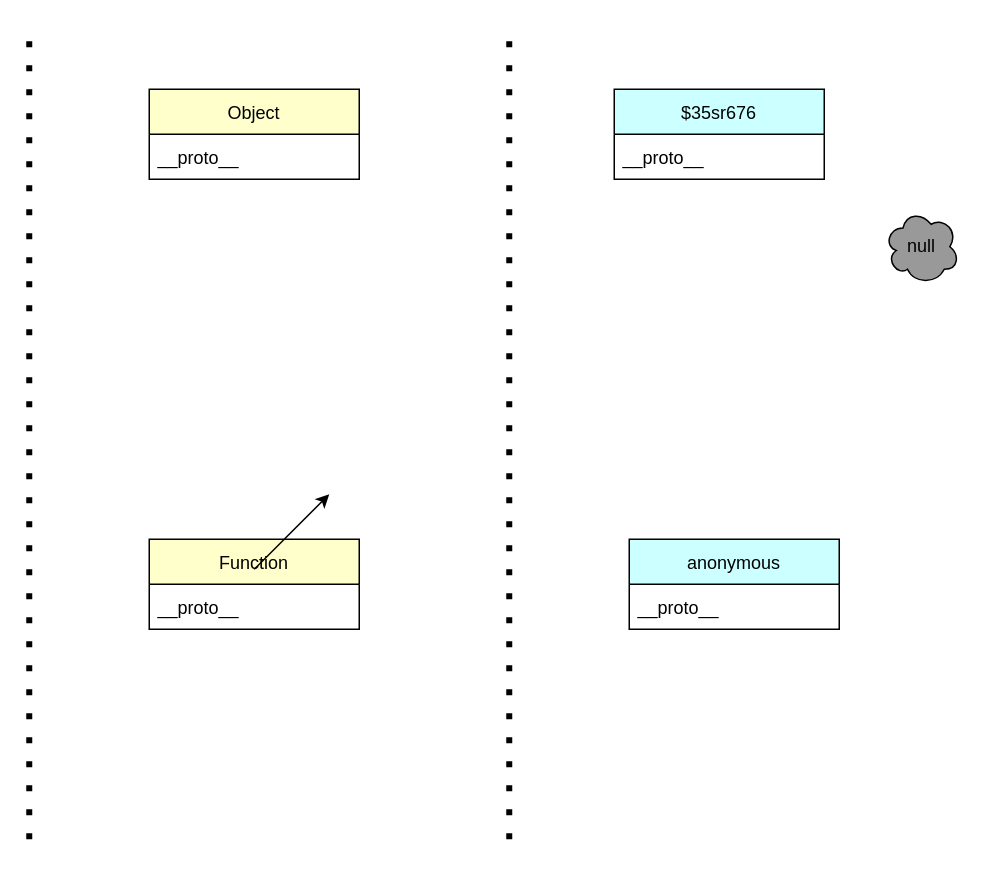
BharathKadaluri/Visual keeps this draw.io diagram as page "Prototype" (2 of 2) of js/Untitled Diagram.drawio. Above is the earlier version. Source tidied: cells renumbered, new cells numbered last; positions are measured from the earlier drawing's top-left corner, leaving out a move shared by most shapes. Both pictures are drawn from the tidied source at 150%, with x=0, y=0 at pixel (28, 28).
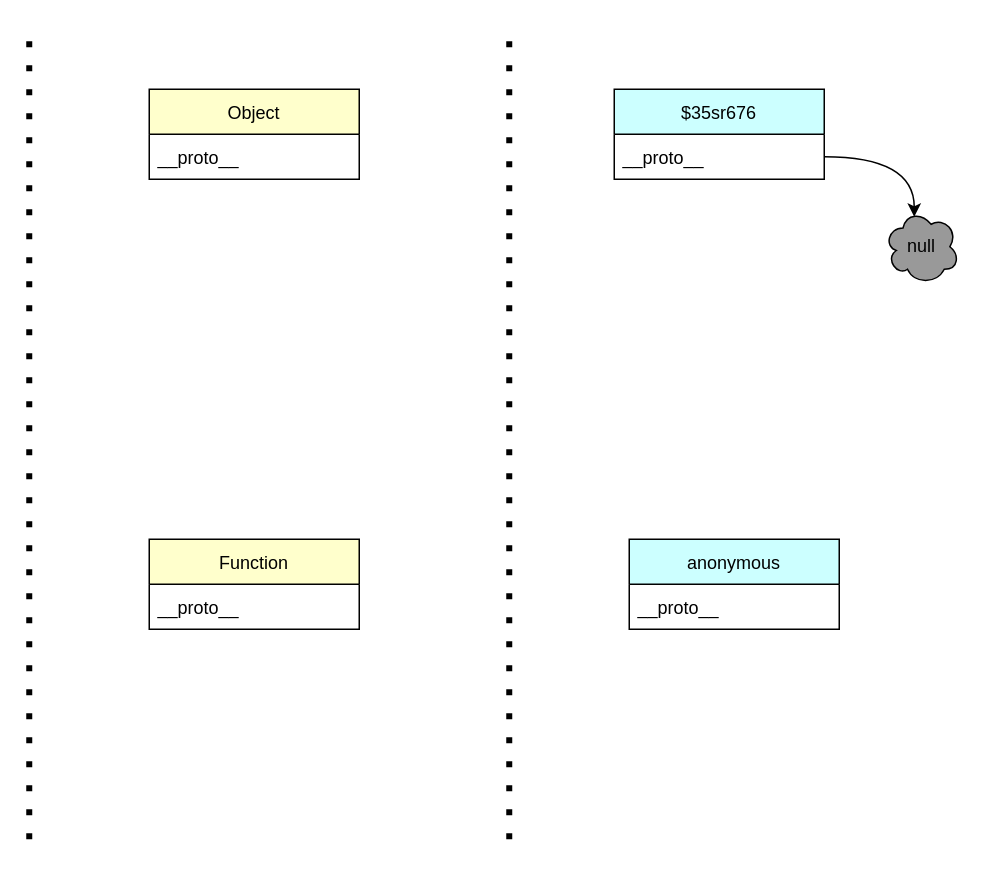
After the change.

What changed in the source:
```diff
@@
 <mxGraphModel>
   <root>
     <mxCell id="0" />
     <mxCell id="1" parent="0" />
     <mxCell id="2" style="endArrow=none;dashed=1;html=1;dashPattern=1 3;strokeWidth=4;rounded=0;" parent="1" edge="1">
       <mxGeometry relative="1" as="geometry">
         <mxPoint y="540" as="sourcePoint" />
         <mxPoint as="targetPoint" />
       </mxGeometry>
     </mxCell>
     <mxCell id="3" style="endArrow=none;dashed=1;html=1;dashPattern=1 3;strokeWidth=4;rounded=0;" parent="1" edge="1">
       <mxGeometry relative="1" as="geometry">
         <mxPoint x="320" y="540" as="sourcePoint" />
         <mxPoint x="320" y="5" as="targetPoint" />
       </mxGeometry>
     </mxCell>
     <mxCell id="4" value="$35sr676" style="swimlane;fontStyle=0;horizontal=1;startSize=30;fillColor=#CCFFFF;" parent="1" vertex="1">
       <mxGeometry x="390" y="40" width="140" height="60" as="geometry" />
     </mxCell>
     <mxCell id="5" value="__proto__" style="text;strokeColor=none;fillColor=none;align=left;verticalAlign=middle;spacingLeft=4;spacingRight=4;overflow=hidden;points=[[0,0.5],[1,0.5]];portConstraint=eastwest;" parent="4" vertex="1">
       <mxGeometry y="30" width="140" height="30" as="geometry" />
     </mxCell>
     <mxCell id="6" value="Object" style="swimlane;fontStyle=0;horizontal=1;startSize=30;fillColor=#FFFFCC;" parent="1" vertex="1">
       <mxGeometry x="80" y="40" width="140" height="60" as="geometry" />
     </mxCell>
     <mxCell id="7" value="__proto__" style="text;strokeColor=none;fillColor=none;align=left;verticalAlign=middle;spacingLeft=4;spacingRight=4;overflow=hidden;" parent="6" vertex="1">
       <mxGeometry y="30" width="140" height="30" as="geometry" />
     </mxCell>
     <mxCell id="8" value="anonymous" style="swimlane;fontStyle=0;horizontal=1;startSize=30;fillColor=#CCFFFF;" parent="1" vertex="1">
       <mxGeometry x="400" y="340" width="140" height="60" as="geometry" />
     </mxCell>
     <mxCell id="9" value="__proto__" style="text;strokeColor=none;fillColor=none;align=left;verticalAlign=middle;spacingLeft=4;spacingRight=4;overflow=hidden;" parent="8" vertex="1">
       <mxGeometry y="30" width="140" height="30" as="geometry" />
     </mxCell>
     <mxCell id="10" value="Function" style="swimlane;fontStyle=0;horizontal=1;startSize=30;fillColor=#FFFFCC;" parent="1" vertex="1">
       <mxGeometry x="80" y="340" width="140" height="60" as="geometry" />
     </mxCell>
     <mxCell id="11" value="__proto__" style="text;strokeColor=none;fillColor=none;align=left;verticalAlign=middle;spacingLeft=4;spacingRight=4;overflow=hidden;" parent="10" vertex="1">
       <mxGeometry y="30" width="140" height="30" as="geometry" />
     </mxCell>
     <mxCell id="12" value="null" style="ellipse;shape=cloud;whiteSpace=wrap;html=1;fillColor=#999999;" parent="1" vertex="1">
       <mxGeometry x="570" y="120" width="50" height="50" as="geometry" />
     </mxCell>
-    <mxCell id="13" style="endArrow=classic;html=1;rounded=0;strokeWidth=1;" parent="1" edge="1">
-      <mxGeometry relative="1" as="geometry">
-        <mxPoint x="150" y="360" as="sourcePoint" />
-        <mxPoint x="200" y="310" as="targetPoint" />
-      </mxGeometry>
+    <mxCell id="13" style="endArrow=classic;html=1;rounded=0;strokeWidth=1;entryX=0.4;entryY=0.1;entryDx=0;entryDy=0;entryPerimeter=0;exitX=1;exitY=0.5;exitDx=0;exitDy=0;edgeStyle=orthogonalEdgeStyle;curved=1;" parent="1" edge="1" source="5" target="12">
+      <mxGeometry relative="1" as="geometry" />
     </mxCell>
   </root>
 </mxGraphModel>
```
